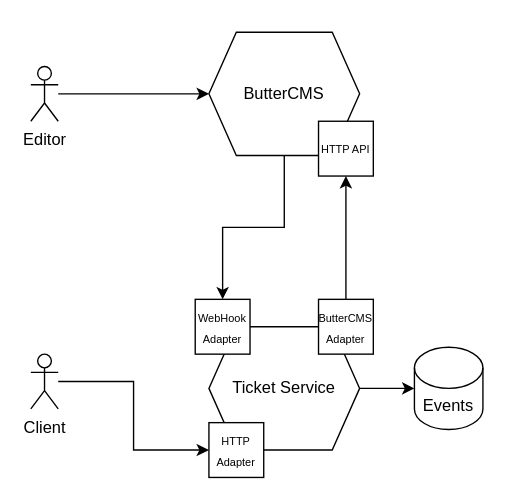
This is architecture.drawio from raffaeleflorio/ticket-service, a draw.io file, before an edit. Source tidied: cells renumbered, new cells numbered last; positions are measured from the earlier drawing's top-left corner, leaving out a move shared by most shapes. Both pictures are drawn from the tidied source at 137%, with x=0, y=0 at pixel (30, 32).
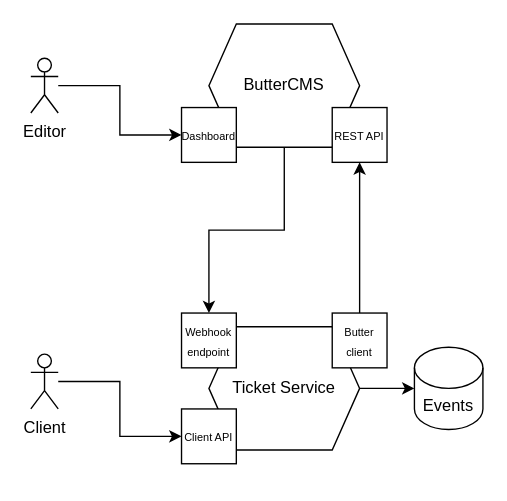
The same diagram, later.

Commit message:
updates architecture with post names

What changed in the source:
```diff
@@
 <mxGraphModel>
   <root>
     <mxCell id="0" />
     <mxCell id="1" parent="0" />
     <mxCell id="2" value="ButterCMS" style="shape=hexagon;perimeter=hexagonPerimeter2;whiteSpace=wrap;html=1;fixedSize=1;" parent="1" vertex="1">
-      <mxGeometry x="130" width="110" height="90" as="geometry" />
+      <mxGeometry x="130" y="-6" width="110" height="90" as="geometry" />
     </mxCell>
-    <mxCell id="3" style="edgeStyle=orthogonalEdgeStyle;rounded=0;jettySize=auto;html=1;entryX=0;entryY=0.5;entryDx=0;entryDy=0;" parent="1" edge="1" source="4" target="2">
+    <mxCell id="3" style="edgeStyle=orthogonalEdgeStyle;rounded=0;jettySize=auto;html=1;entryX=0;entryY=0.5;entryDx=0;entryDy=0;" parent="1" edge="1" source="4" target="16">
       <mxGeometry relative="1" as="geometry" />
     </mxCell>
     <mxCell id="4" value="Editor&lt;br&gt;" style="shape=umlActor;verticalLabelPosition=bottom;verticalAlign=top;html=1;outlineConnect=0;" parent="1" vertex="1">
-      <mxGeometry y="25" width="20" height="40" as="geometry" />
+      <mxGeometry y="19" width="20" height="40" as="geometry" />
     </mxCell>
     <mxCell id="5" style="edgeStyle=orthogonalEdgeStyle;rounded=0;jettySize=auto;html=1;exitX=1;exitY=0.5;exitDx=0;exitDy=0;entryX=0;entryY=0.5;entryDx=0;entryDy=0;entryPerimeter=0;" parent="1" edge="1" source="6" target="8">
       <mxGeometry relative="1" as="geometry" />
     </mxCell>
     <mxCell id="6" value="Ticket Service" style="shape=hexagon;perimeter=hexagonPerimeter2;whiteSpace=wrap;html=1;fixedSize=1;" parent="1" vertex="1">
       <mxGeometry x="130" y="215" width="110" height="90" as="geometry" />
     </mxCell>
     <mxCell id="7" style="endArrow=none;startArrow=classic;html=1;rounded=0;entryX=0.5;entryY=1;entryDx=0;entryDy=0;edgeStyle=orthogonalEdgeStyle;endFill=0;" parent="1" edge="1" source="11" target="2">
       <mxGeometry relative="1" as="geometry" />
     </mxCell>
     <mxCell id="8" value="Events" style="shape=cylinder3;whiteSpace=wrap;html=1;boundedLbl=1;backgroundOutline=1;size=15;" parent="1" vertex="1">
       <mxGeometry x="280" y="230" width="50" height="60" as="geometry" />
     </mxCell>
     <mxCell id="9" style="edgeStyle=orthogonalEdgeStyle;rounded=0;jettySize=auto;html=1;entryX=0;entryY=0.5;entryDx=0;entryDy=0;" parent="1" edge="1" source="10" target="12">
       <mxGeometry relative="1" as="geometry" />
     </mxCell>
     <mxCell id="10" value="Client" style="shape=umlActor;verticalLabelPosition=bottom;verticalAlign=top;html=1;outlineConnect=0;" parent="1" vertex="1">
       <mxGeometry y="235" width="20" height="40" as="geometry" />
     </mxCell>
-    <mxCell id="11" value="&lt;font style=&quot;font-size: 8px;&quot;&gt;WebHook Adapter&lt;br&gt;&lt;/font&gt;" style="whiteSpace=wrap;html=1;" parent="1" vertex="1">
-      <mxGeometry x="120" y="195" width="40" height="40" as="geometry" />
+    <mxCell id="11" value="&lt;font style=&quot;font-size: 8px;&quot;&gt;Webhook endpoint&lt;br&gt;&lt;/font&gt;" style="whiteSpace=wrap;html=1;" parent="1" vertex="1">
+      <mxGeometry x="110" y="205" width="40" height="40" as="geometry" />
     </mxCell>
-    <mxCell id="12" value="&lt;span style=&quot;font-size: 8px;&quot;&gt;HTTP Adapter&lt;/span&gt;" style="whiteSpace=wrap;html=1;" parent="1" vertex="1">
-      <mxGeometry x="130" y="285" width="40" height="40" as="geometry" />
+    <mxCell id="12" value="&lt;span style=&quot;font-size: 8px;&quot;&gt;Client API&lt;br&gt;&lt;/span&gt;" style="whiteSpace=wrap;html=1;" parent="1" vertex="1">
+      <mxGeometry x="110" y="275" width="40" height="40" as="geometry" />
     </mxCell>
-    <mxCell id="13" value="&lt;font style=&quot;font-size: 8px;&quot;&gt;HTTP API&lt;br&gt;&lt;/font&gt;" style="whiteSpace=wrap;html=1;" parent="1" vertex="1">
-      <mxGeometry x="210" y="65" width="40" height="40" as="geometry" />
+    <mxCell id="13" value="&lt;font style=&quot;font-size: 8px;&quot;&gt;REST API&lt;br&gt;&lt;/font&gt;" style="whiteSpace=wrap;html=1;" parent="1" vertex="1">
+      <mxGeometry x="220" y="55" width="40" height="40" as="geometry" />
     </mxCell>
     <mxCell id="14" style="edgeStyle=orthogonalEdgeStyle;rounded=0;jettySize=auto;html=1;exitX=0.5;exitY=0;exitDx=0;exitDy=0;entryX=0.5;entryY=1;entryDx=0;entryDy=0;fontSize=8;startArrow=none;startFill=0;endArrow=classic;endFill=1;" parent="1" edge="1" source="15" target="13">
       <mxGeometry relative="1" as="geometry" />
     </mxCell>
-    <mxCell id="15" value="&lt;font style=&quot;font-size: 8px;&quot;&gt;ButterCMS&lt;br&gt;Adapter&lt;br&gt;&lt;/font&gt;" style="whiteSpace=wrap;html=1;" parent="1" vertex="1">
-      <mxGeometry x="210" y="195" width="40" height="40" as="geometry" />
+    <mxCell id="15" value="&lt;font style=&quot;font-size: 8px;&quot;&gt;Butter client&lt;br&gt;&lt;/font&gt;" style="whiteSpace=wrap;html=1;" parent="1" vertex="1">
+      <mxGeometry x="220" y="205" width="40" height="40" as="geometry" />
     </mxCell>
+    <mxCell id="16" value="&lt;font style=&quot;font-size: 8px;&quot;&gt;Dashboard&lt;br&gt;&lt;/font&gt;" style="whiteSpace=wrap;html=1;" parent="1" vertex="1">
+      <mxGeometry x="110" y="55" width="40" height="40" as="geometry" />
+    </mxCell>
   </root>
 </mxGraphModel>
```
